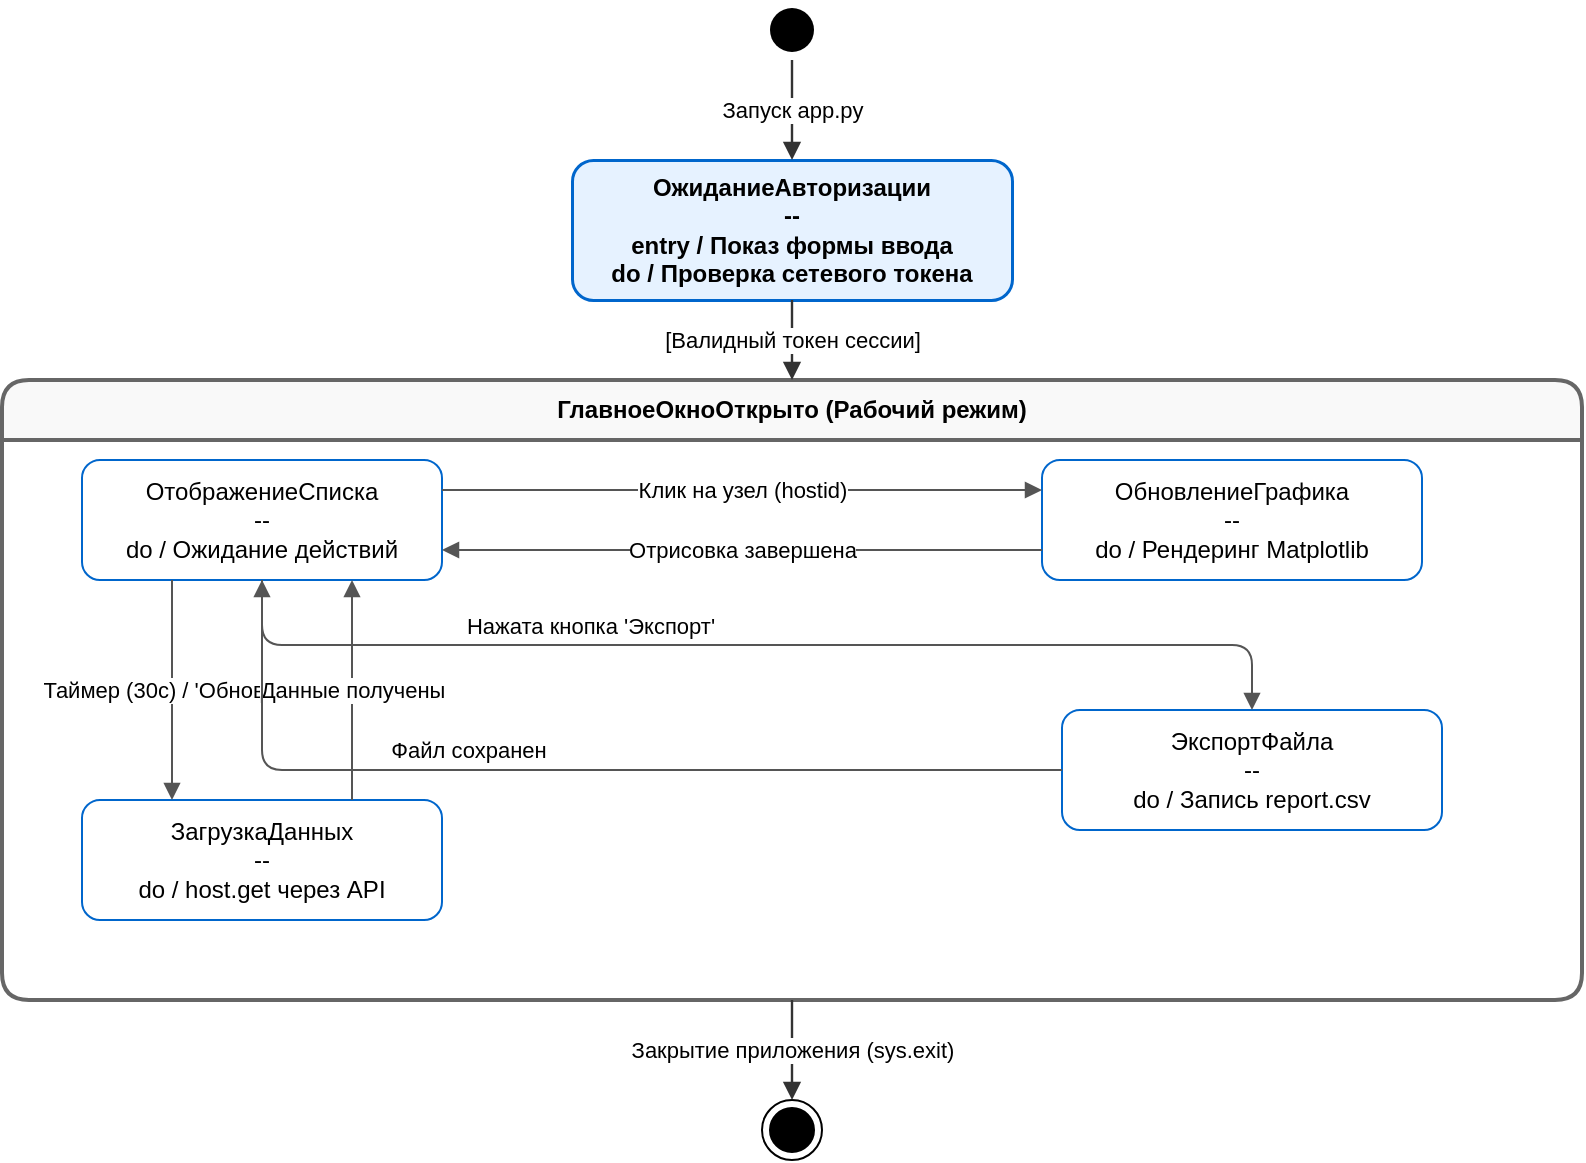
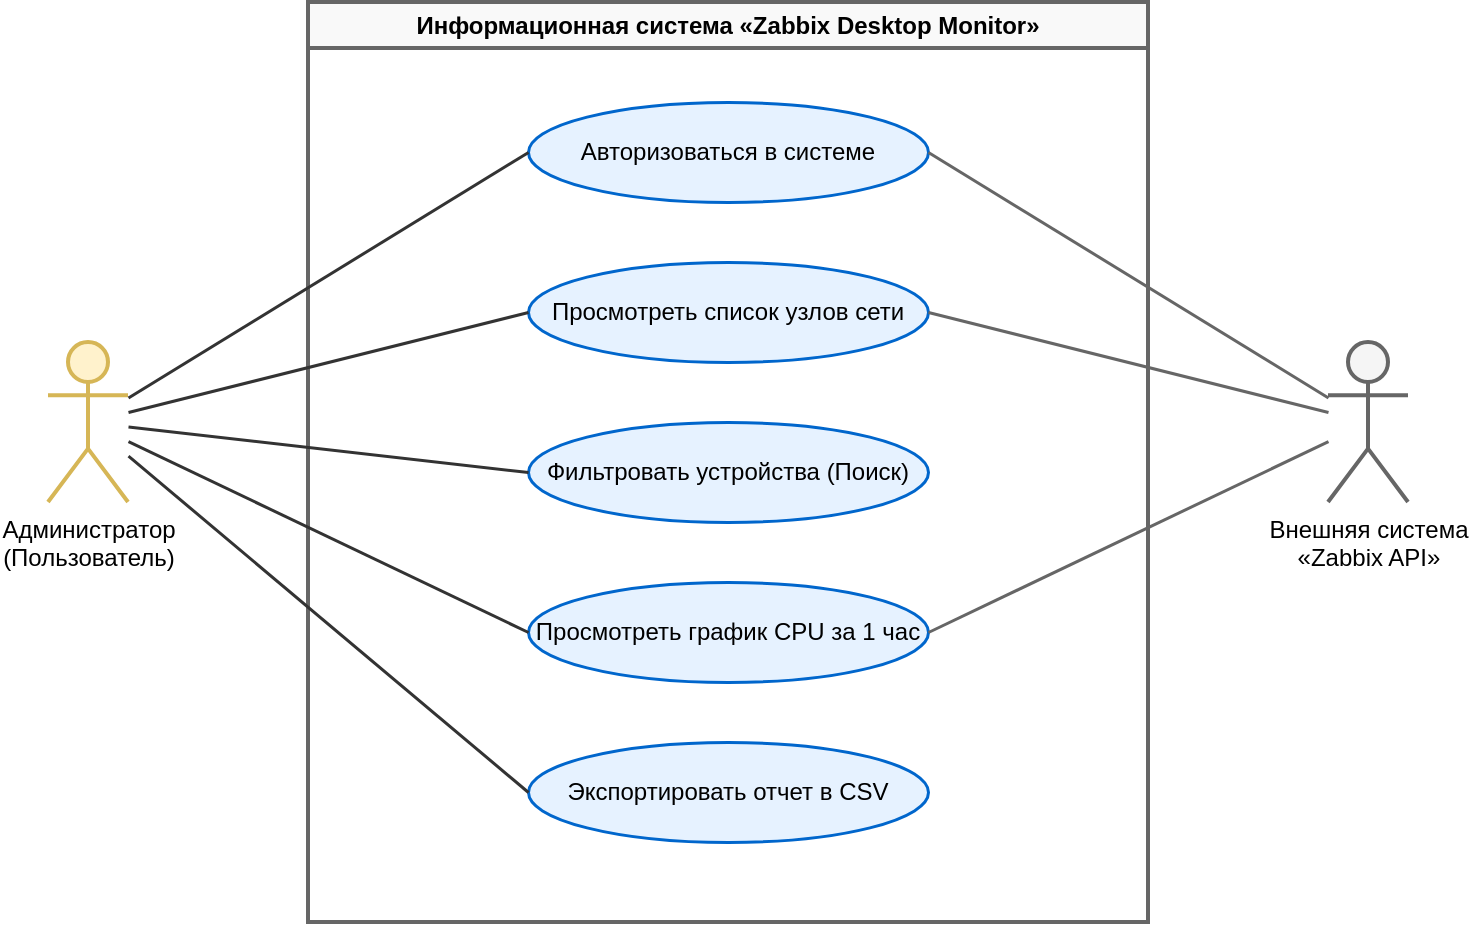
<mxfile host="app.diagrams.net">
-   <diagram name="Диаграмма состояний" id="65SV-HAAZTgRo7S4jJKr">
-     <mxGraphModel dx="1654" dy="927" grid="1" gridSize="10" guides="1" tooltips="1" connect="1" arrows="1" fold="1" page="1" pageScale="1" pageWidth="827" pageHeight="1169" math="0" shadow="0">
+   <diagram id="sSOUJFp8nrF3CNu2RcT9" name="Диаграмма вариантов использования">
+     <mxGraphModel dx="2812" dy="1576" grid="1" gridSize="10" guides="1" tooltips="1" connect="1" arrows="1" fold="1" page="1" pageScale="1" pageWidth="827" pageHeight="1169" math="0" shadow="0">
      <root>
        <mxCell id="0" />
        <mxCell id="1" parent="0" />
-         <mxCell id="gegtC7HxZWgpFShu-0Bw-17" parent="1" style="ellipse;html=1;shape=startState;fillColor=#000000;strokeColor=none;" value="" vertex="1">
-           <mxGeometry height="30" width="30" x="650" y="380" as="geometry" />
+         <mxCell id="moNb8M9wl2XsHSvAXfda-18" parent="1" style="swimlane;whiteSpace=wrap;html=1;fillColor=#F9F9F9;strokeColor=#666666;strokeWidth=2;startSize=23;" value="Информационная система «Zabbix Desktop Monitor»" vertex="1">
+           <mxGeometry height="460" width="420" x="570" y="540" as="geometry" />
        </mxCell>
-         <mxCell id="gegtC7HxZWgpFShu-0Bw-18" parent="1" style="html=1;whiteSpace=wrap;rounded=1;fontStyle=1;fillColor=#E6F2FF;strokeColor=#0066CC;strokeWidth=1.5;align=center;" value="ОжиданиеАвторизации&#xa;--&#xa;entry / Показ формы ввода&#xa;do / Проверка сетевого токена" vertex="1">
-           <mxGeometry height="70" width="220" x="555" y="460" as="geometry" />
+         <mxCell id="moNb8M9wl2XsHSvAXfda-19" parent="moNb8M9wl2XsHSvAXfda-18" style="ellipse;whiteSpace=wrap;html=1;fillColor=#E6F2FF;strokeColor=#0066CC;strokeWidth=1.5;" value="Авторизоваться в системе" vertex="1">
+           <mxGeometry height="50" width="200" x="110" y="50" as="geometry" />
        </mxCell>
-         <mxCell id="gegtC7HxZWgpFShu-0Bw-19" parent="1" style="swimlane;whiteSpace=wrap;html=1;rounded=1;fillColor=#F9F9F9;strokeColor=#666666;strokeWidth=2;startSize=30;fontStyle=1;" value="ГлавноеОкноОткрыто (Рабочий режим)" vertex="1">
-           <mxGeometry height="310" width="790" x="270" y="570" as="geometry" />
+         <mxCell id="moNb8M9wl2XsHSvAXfda-20" parent="moNb8M9wl2XsHSvAXfda-18" style="ellipse;whiteSpace=wrap;html=1;fillColor=#E6F2FF;strokeColor=#0066CC;strokeWidth=1.5;" value="Просмотреть список узлов сети" vertex="1">
+           <mxGeometry height="50" width="200" x="110" y="130" as="geometry" />
        </mxCell>
-         <mxCell id="gegtC7HxZWgpFShu-0Bw-20" parent="gegtC7HxZWgpFShu-0Bw-19" style="html=1;whiteSpace=wrap;rounded=1;fillColor=#FFFFFF;strokeColor=#0066CC;align=center;" value="ОтображениеСписка&#xa;--&#xa;do / Ожидание действий" vertex="1">
-           <mxGeometry height="60" width="180" x="40" y="40" as="geometry" />
+         <mxCell id="moNb8M9wl2XsHSvAXfda-21" parent="moNb8M9wl2XsHSvAXfda-18" style="ellipse;whiteSpace=wrap;html=1;fillColor=#E6F2FF;strokeColor=#0066CC;strokeWidth=1.5;" value="Фильтровать устройства (Поиск)" vertex="1">
+           <mxGeometry height="50" width="200" x="110" y="210" as="geometry" />
        </mxCell>
-         <mxCell id="gegtC7HxZWgpFShu-0Bw-21" parent="gegtC7HxZWgpFShu-0Bw-19" style="html=1;whiteSpace=wrap;rounded=1;fillColor=#FFFFFF;strokeColor=#0066CC;align=center;" value="ЗагрузкаДанных&#xa;--&#xa;do / host.get через API" vertex="1">
-           <mxGeometry height="60" width="180" x="40" y="210" as="geometry" />
+         <mxCell id="moNb8M9wl2XsHSvAXfda-22" parent="moNb8M9wl2XsHSvAXfda-18" style="ellipse;whiteSpace=wrap;html=1;fillColor=#E6F2FF;strokeColor=#0066CC;strokeWidth=1.5;" value="Просмотреть график CPU за 1 час" vertex="1">
+           <mxGeometry height="50" width="200" x="110" y="290" as="geometry" />
        </mxCell>
-         <mxCell id="gegtC7HxZWgpFShu-0Bw-22" parent="gegtC7HxZWgpFShu-0Bw-19" style="html=1;whiteSpace=wrap;rounded=1;fillColor=#FFFFFF;strokeColor=#0066CC;align=center;" value="ОбновлениеГрафика&#xa;--&#xa;do / Рендеринг Matplotlib" vertex="1">
-           <mxGeometry height="60" width="190" x="520" y="40" as="geometry" />
+         <mxCell id="moNb8M9wl2XsHSvAXfda-23" parent="moNb8M9wl2XsHSvAXfda-18" style="ellipse;whiteSpace=wrap;html=1;fillColor=#E6F2FF;strokeColor=#0066CC;strokeWidth=1.5;" value="Экспортировать отчет в CSV" vertex="1">
+           <mxGeometry height="50" width="200" x="110" y="370" as="geometry" />
        </mxCell>
-         <mxCell id="gegtC7HxZWgpFShu-0Bw-23" parent="gegtC7HxZWgpFShu-0Bw-19" style="html=1;whiteSpace=wrap;rounded=1;fillColor=#FFFFFF;strokeColor=#0066CC;align=center;" value="ЭкспортФайла&#xa;--&#xa;do / Запись report.csv" vertex="1">
-           <mxGeometry height="60" width="190" x="530" y="165" as="geometry" />
+         <mxCell id="moNb8M9wl2XsHSvAXfda-24" parent="1" style="shape=umlActor;verticalLabelPosition=bottom;verticalAlign=top;html=1;strokeWidth=2;fillColor=#FFF2CC;strokeColor=#D6B656;" value="Администратор&#xa;(Пользователь)" vertex="1">
+           <mxGeometry height="80" width="40" x="440" y="710" as="geometry" />
        </mxCell>
-         <mxCell id="gegtC7HxZWgpFShu-0Bw-24" edge="1" parent="gegtC7HxZWgpFShu-0Bw-19" source="gegtC7HxZWgpFShu-0Bw-20" style="endArrow=block;endFill=1;html=1;strokeColor=#555555;exitX=0.25;exitY=1;entryX=0.25;entryY=0;edgeStyle=orthogonalEdgeStyle;" target="gegtC7HxZWgpFShu-0Bw-21" value="Таймер (30с) / &#39;Обновить&#39;">
+         <mxCell id="moNb8M9wl2XsHSvAXfda-25" parent="1" style="shape=umlActor;verticalLabelPosition=bottom;verticalAlign=top;html=1;strokeWidth=2;fillColor=#F5F5F5;strokeColor=#666666;" value="Внешняя система&#xa;«Zabbix API»" vertex="1">
+           <mxGeometry height="80" width="40" x="1080" y="710" as="geometry" />
+         </mxCell>
+         <mxCell id="moNb8M9wl2XsHSvAXfda-26" edge="1" parent="1" source="moNb8M9wl2XsHSvAXfda-24" style="endArrow=none;html=1;strokeWidth=1.5;strokeColor=#333333;entryX=0;entryY=0.5;" target="moNb8M9wl2XsHSvAXfda-19">
          <mxGeometry relative="1" as="geometry" />
        </mxCell>
-         <mxCell id="gegtC7HxZWgpFShu-0Bw-25" edge="1" parent="gegtC7HxZWgpFShu-0Bw-19" source="gegtC7HxZWgpFShu-0Bw-21" style="endArrow=block;endFill=1;html=1;strokeColor=#555555;exitX=0.75;exitY=0;entryX=0.75;entryY=1;edgeStyle=orthogonalEdgeStyle;" target="gegtC7HxZWgpFShu-0Bw-20" value="Данные получены">
+         <mxCell id="moNb8M9wl2XsHSvAXfda-27" edge="1" parent="1" source="moNb8M9wl2XsHSvAXfda-24" style="endArrow=none;html=1;strokeWidth=1.5;strokeColor=#333333;entryX=0;entryY=0.5;" target="moNb8M9wl2XsHSvAXfda-20">
          <mxGeometry relative="1" as="geometry" />
        </mxCell>
-         <mxCell id="gegtC7HxZWgpFShu-0Bw-26" edge="1" parent="gegtC7HxZWgpFShu-0Bw-19" source="gegtC7HxZWgpFShu-0Bw-20" style="endArrow=block;endFill=1;html=1;strokeColor=#555555;exitX=1;exitY=0.25;entryX=0;entryY=0.25;" target="gegtC7HxZWgpFShu-0Bw-22" value="Клик на узел (hostid)">
+         <mxCell id="moNb8M9wl2XsHSvAXfda-28" edge="1" parent="1" source="moNb8M9wl2XsHSvAXfda-24" style="endArrow=none;html=1;strokeWidth=1.5;strokeColor=#333333;entryX=0;entryY=0.5;" target="moNb8M9wl2XsHSvAXfda-21">
          <mxGeometry relative="1" as="geometry" />
        </mxCell>
-         <mxCell id="gegtC7HxZWgpFShu-0Bw-27" edge="1" parent="gegtC7HxZWgpFShu-0Bw-19" source="gegtC7HxZWgpFShu-0Bw-22" style="endArrow=block;endFill=1;html=1;strokeColor=#555555;exitX=0;exitY=0.75;entryX=1;entryY=0.75;" target="gegtC7HxZWgpFShu-0Bw-20" value="Отрисовка завершена">
+         <mxCell id="moNb8M9wl2XsHSvAXfda-29" edge="1" parent="1" source="moNb8M9wl2XsHSvAXfda-24" style="endArrow=none;html=1;strokeWidth=1.5;strokeColor=#333333;entryX=0;entryY=0.5;" target="moNb8M9wl2XsHSvAXfda-22">
          <mxGeometry relative="1" as="geometry" />
        </mxCell>
-         <mxCell id="gegtC7HxZWgpFShu-0Bw-28" edge="1" parent="gegtC7HxZWgpFShu-0Bw-19" source="gegtC7HxZWgpFShu-0Bw-20" style="endArrow=block;endFill=1;html=1;strokeColor=#555555;exitX=0.5;exitY=1;entryX=0.5;entryY=0;edgeStyle=orthogonalEdgeStyle;" target="gegtC7HxZWgpFShu-0Bw-23" value="Нажата кнопка &#39;Экспорт&#39;">
-           <mxGeometry relative="1" x="-0.3" y="10" as="geometry">
-             <mxPoint as="offset" />
-           </mxGeometry>
-         </mxCell>
-         <mxCell id="gegtC7HxZWgpFShu-0Bw-29" edge="1" parent="gegtC7HxZWgpFShu-0Bw-19" source="gegtC7HxZWgpFShu-0Bw-23" style="endArrow=block;endFill=1;html=1;strokeColor=#555555;exitX=0;exitY=0.5;entryX=0.5;entryY=1;edgeStyle=orthogonalEdgeStyle;" target="gegtC7HxZWgpFShu-0Bw-20" value="Файл сохранен">
-           <mxGeometry relative="1" x="0.2" y="-10" as="geometry">
-             <mxPoint as="offset" />
-           </mxGeometry>
-         </mxCell>
-         <mxCell id="gegtC7HxZWgpFShu-0Bw-30" parent="1" style="ellipse;html=1;shape=endState;fillColor=#000000;strokeColor=#000000;" value="" vertex="1">
-           <mxGeometry height="30" width="30" x="650" y="930" as="geometry" />
-         </mxCell>
-         <mxCell id="gegtC7HxZWgpFShu-0Bw-31" edge="1" parent="1" source="gegtC7HxZWgpFShu-0Bw-17" style="endArrow=block;endFill=1;html=1;strokeColor=#333333;strokeWidth=1.2;exitX=0.5;exitY=1;entryX=0.5;entryY=0;" target="gegtC7HxZWgpFShu-0Bw-18" value="Запуск app.py">
+         <mxCell id="moNb8M9wl2XsHSvAXfda-30" edge="1" parent="1" source="moNb8M9wl2XsHSvAXfda-24" style="endArrow=none;html=1;strokeWidth=1.5;strokeColor=#333333;entryX=0;entryY=0.5;" target="moNb8M9wl2XsHSvAXfda-23">
          <mxGeometry relative="1" as="geometry" />
        </mxCell>
-         <mxCell id="gegtC7HxZWgpFShu-0Bw-32" edge="1" parent="1" source="gegtC7HxZWgpFShu-0Bw-18" style="endArrow=block;endFill=1;html=1;strokeColor=#333333;strokeWidth=1.2;exitX=0.5;exitY=1;entryX=0.5;entryY=0;" target="gegtC7HxZWgpFShu-0Bw-19" value="[Валидный токен сессии]">
+         <mxCell id="moNb8M9wl2XsHSvAXfda-31" edge="1" parent="1" source="moNb8M9wl2XsHSvAXfda-19" style="endArrow=none;html=1;strokeWidth=1.5;strokeColor=#666666;exitX=1;exitY=0.5;" target="moNb8M9wl2XsHSvAXfda-25">
          <mxGeometry relative="1" as="geometry" />
        </mxCell>
-         <mxCell id="gegtC7HxZWgpFShu-0Bw-33" edge="1" parent="1" source="gegtC7HxZWgpFShu-0Bw-19" style="endArrow=block;endFill=1;html=1;strokeColor=#333333;strokeWidth=1.2;exitX=0.5;exitY=1;entryX=0.5;entryY=0;" target="gegtC7HxZWgpFShu-0Bw-30" value="Закрытие приложения (sys.exit)">
+         <mxCell id="moNb8M9wl2XsHSvAXfda-32" edge="1" parent="1" source="moNb8M9wl2XsHSvAXfda-20" style="endArrow=none;html=1;strokeWidth=1.5;strokeColor=#666666;exitX=1;exitY=0.5;" target="moNb8M9wl2XsHSvAXfda-25">
+           <mxGeometry relative="1" as="geometry" />
+         </mxCell>
+         <mxCell id="moNb8M9wl2XsHSvAXfda-33" edge="1" parent="1" source="moNb8M9wl2XsHSvAXfda-22" style="endArrow=none;html=1;strokeWidth=1.5;strokeColor=#666666;exitX=1;exitY=0.5;" target="moNb8M9wl2XsHSvAXfda-25">
          <mxGeometry relative="1" as="geometry" />
        </mxCell>
      </root>
    </mxGraphModel>
  </diagram>
</mxfile>
